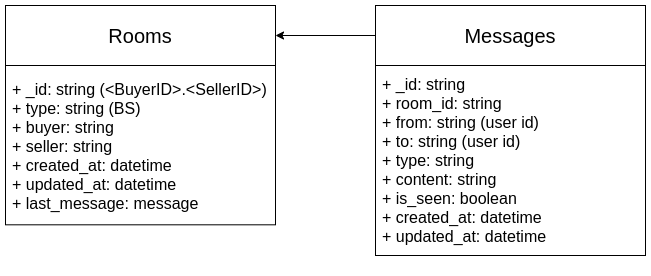
vking34/messenger keeps this draw.io diagram as ref/img/cz-chat-schema.png. Above is the earlier version. Source tidied: cells renumbered, new cells last; positions are measured from the earlier drawing's top-left corner, leaving out a move shared by most shapes.
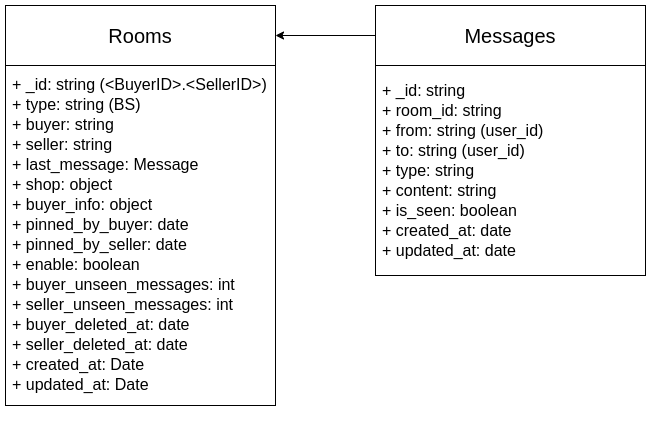
The same file after the commit.

Change to the diagram source:
```diff
@@ -2,32 +2,34 @@
   <root>
     <mxCell id="0" />
     <mxCell id="1" parent="0" />
-    <mxCell id="2" style="group;" parent="1" vertex="1">
-      <mxGeometry width="270" height="265" as="geometry" />
-    </mxCell>
-    <mxCell id="3" value="&lt;font style=&quot;font-size: 20px&quot;&gt;Rooms&lt;/font&gt;" style="rounded=0;whiteSpace=wrap;html=1;" parent="2" vertex="1">
-      <mxGeometry width="270" height="60" as="geometry" />
-    </mxCell>
-    <mxCell id="4" style="rounded=0;whiteSpace=wrap;html=1;" parent="2" vertex="1">
-      <mxGeometry y="60" width="270" height="159.3" as="geometry" />
-    </mxCell>
-    <mxCell id="5" value="&lt;font style=&quot;font-size: 16px&quot;&gt;+ _id: string (&amp;lt;BuyerID&amp;gt;.&amp;lt;SellerID&amp;gt;)&lt;br&gt;+ type: string (BS)&lt;br&gt;+ buyer: string&lt;br&gt;+ seller: string&lt;br&gt;+ created_at: datetime&lt;br&gt;+ updated_at: datetime&lt;br&gt;+ last_message: message&lt;br&gt;&lt;/font&gt;" style="text;html=1;strokeColor=none;fillColor=none;align=left;verticalAlign=middle;whiteSpace=wrap;rounded=0;" parent="2" vertex="1">
-      <mxGeometry x="5" y="80" width="260" height="121" as="geometry" />
-    </mxCell>
     <mxCell id="6" style="group;" parent="1" vertex="1">
-      <mxGeometry x="370" width="270" height="265" as="geometry" />
+      <mxGeometry x="370" width="270" height="270" as="geometry" />
     </mxCell>
     <mxCell id="7" value="&lt;font style=&quot;font-size: 20px&quot;&gt;Messages&lt;/font&gt;" style="rounded=0;whiteSpace=wrap;html=1;" parent="6" vertex="1">
       <mxGeometry width="270" height="60" as="geometry" />
     </mxCell>
     <mxCell id="8" style="rounded=0;whiteSpace=wrap;html=1;" parent="6" vertex="1">
-      <mxGeometry y="60" width="270" height="190" as="geometry" />
+      <mxGeometry y="60" width="270" height="210" as="geometry" />
     </mxCell>
-    <mxCell id="9" value="&lt;font style=&quot;font-size: 16px&quot;&gt;+ _id: string&lt;br&gt;+ room_id: string&lt;br&gt;+ from: string (user id)&lt;br&gt;+ to: string (user id)&amp;nbsp;&lt;br&gt;+ type: string&lt;br&gt;+ content: string&lt;br&gt;+ is_seen: boolean&lt;br&gt;+ created_at: datetime&lt;br&gt;+ updated_at: datetime&lt;br&gt;&lt;/font&gt;" style="text;html=1;strokeColor=none;fillColor=none;align=left;verticalAlign=middle;whiteSpace=wrap;rounded=0;" parent="6" vertex="1">
-      <mxGeometry x="5" y="94.5" width="260" height="121" as="geometry" />
+    <mxCell id="9" value="&lt;font style=&quot;font-size: 16px ; line-height: 130%&quot;&gt;+ _id: string&lt;br&gt;+ room_id: string&lt;br&gt;+ from: string (user_id)&lt;br&gt;+ to: string (user_id)&amp;nbsp;&lt;br&gt;+ type: string&lt;br&gt;+ content: string&lt;br&gt;+ is_seen: boolean&lt;br&gt;+ created_at: date&lt;br&gt;+ updated_at: date&lt;br&gt;&lt;/font&gt;" style="text;html=1;strokeColor=none;fillColor=none;align=left;verticalAlign=middle;whiteSpace=wrap;rounded=0;" parent="6" vertex="1">
+      <mxGeometry x="5" y="102.2" width="260" height="125.5" as="geometry" />
     </mxCell>
-    <mxCell id="10" style="edgeStyle=orthogonalEdgeStyle;rounded=0;jettySize=auto;html=1;exitX=0;exitY=0.5;exitDx=0;exitDy=0;entryX=1;entryY=0.5;entryDx=0;entryDy=0;" parent="1" edge="1" source="7" target="3">
-      <mxGeometry relative="1" as="geometry" />
+    <mxCell id="10" style="edgeStyle=orthogonalEdgeStyle;rounded=0;jettySize=auto;html=1;exitX=0;exitY=0.5;exitDx=0;exitDy=0;entryX=1;entryY=0.5;entryDx=0;entryDy=0;" parent="1" edge="1" source="7">
+      <mxGeometry relative="1" as="geometry">
+        <mxPoint x="270" y="30" as="targetPoint" />
+      </mxGeometry>
     </mxCell>
+    <mxCell id="11" style="group;" parent="1" vertex="1">
+      <mxGeometry width="270" height="420" as="geometry" />
+    </mxCell>
+    <mxCell id="3" value="&lt;font style=&quot;font-size: 20px&quot;&gt;Rooms&lt;/font&gt;" style="rounded=0;whiteSpace=wrap;html=1;" parent="11" vertex="1">
+      <mxGeometry width="270" height="60" as="geometry" />
+    </mxCell>
+    <mxCell id="12" style="rounded=0;whiteSpace=wrap;html=1;" parent="11" vertex="1">
+      <mxGeometry y="60" width="270" height="340" as="geometry" />
+    </mxCell>
+    <mxCell id="5" value="&lt;font style=&quot;font-size: 16px ; line-height: 130%&quot;&gt;+ _id: string (&amp;lt;BuyerID&amp;gt;.&amp;lt;SellerID&amp;gt;)&lt;br&gt;+ type: string (BS)&lt;br&gt;+ buyer: string&lt;br&gt;+ seller: string&lt;br&gt;+ last_message: Message&lt;br&gt;+ shop: object&lt;br&gt;+ buyer_info: object&lt;br&gt;+ pinned_by_buyer: date&lt;br&gt;+ pinned_by_seller: date&lt;br&gt;+ enable: boolean&lt;br&gt;+ buyer_unseen_messages: int&lt;br&gt;+ seller_unseen_messages: int&lt;br&gt;+ buyer_deleted_at: date&lt;br&gt;+ seller_deleted_at: date&lt;br&gt;+ created_at: Date&lt;br&gt;+ updated_at: Date&lt;br&gt;&lt;/font&gt;" style="text;html=1;strokeColor=none;fillColor=none;align=left;verticalAlign=middle;whiteSpace=wrap;rounded=0;" parent="11" vertex="1">
+      <mxGeometry x="5" y="79" width="260" height="300" as="geometry" />
+    </mxCell>
   </root>
 </mxGraphModel>
```
